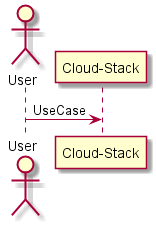
The PlantUML diagram docs/Solution/Cloud-Stack/UserInteraction.png in CAADE/fleet, before a commit. Source of this version:
```plantuml
@startuml
actor User

User -> "Cloud-Stack": UseCase

@enduml
```
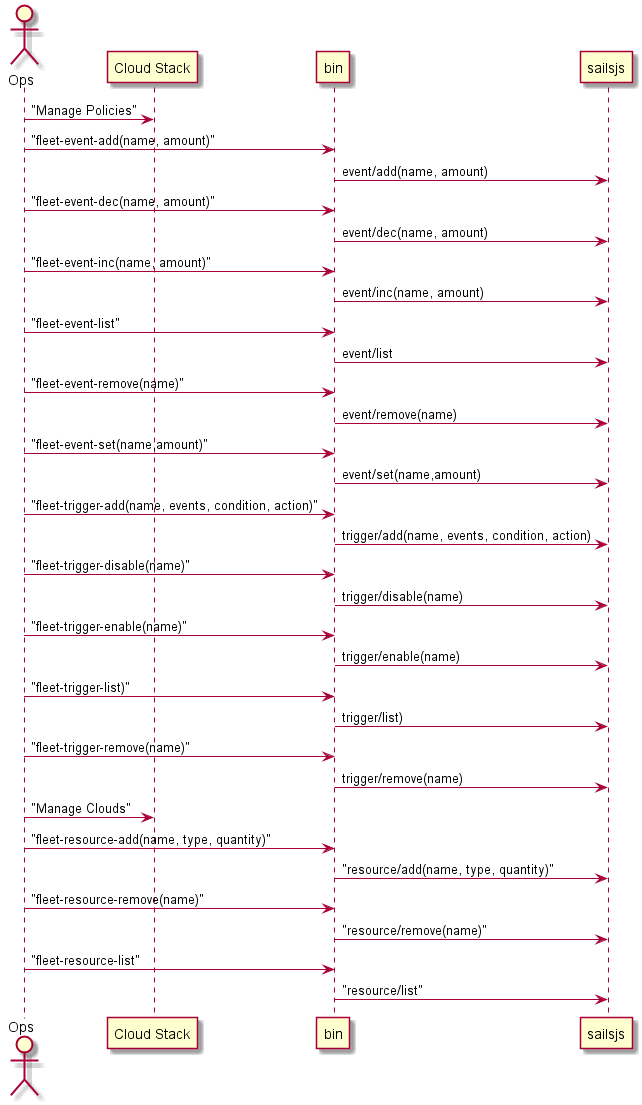
After the change.

Commit message:
Document Application Stack

The edit, as a diff of the source:
```diff
@@ -1,6 +1,37 @@
 @startuml
-actor User
+actor Ops
 
-User -> "Cloud-Stack": UseCase
+Ops -> "Cloud Stack": "Manage Policies"
+Ops -> bin: "fleet-event-add(name, amount)"
+bin -> sailsjs : event/add(name, amount)
+Ops -> bin: "fleet-event-dec(name, amount)"
+bin -> sailsjs : event/dec(name, amount)
+Ops -> bin: "fleet-event-inc(name, amount)"
+bin -> sailsjs : event/inc(name, amount)
+Ops -> bin: "fleet-event-list"
+bin -> sailsjs : event/list
+Ops -> bin: "fleet-event-remove(name)"
+bin -> sailsjs : event/remove(name)
+Ops -> bin: "fleet-event-set(name,amount)"
+bin -> sailsjs : event/set(name,amount)
+
+Ops -> bin: "fleet-trigger-add(name, events, condition, action)"
+bin -> sailsjs : trigger/add(name, events, condition, action)
+Ops -> bin: "fleet-trigger-disable(name)"
+bin -> sailsjs : trigger/disable(name)
+Ops -> bin: "fleet-trigger-enable(name)"
+bin -> sailsjs : trigger/enable(name)
+Ops -> bin: "fleet-trigger-list)"
+bin -> sailsjs : trigger/list)
+Ops -> bin: "fleet-trigger-remove(name)"
+bin -> sailsjs : trigger/remove(name)
+
+Ops -> "Cloud Stack": "Manage Clouds"
+Ops -> bin: "fleet-resource-add(name, type, quantity)"
+bin -> sailsjs: "resource/add(name, type, quantity)"
+Ops -> bin: "fleet-resource-remove(name)"
+bin -> sailsjs: "resource/remove(name)"
+Ops -> bin: "fleet-resource-list"
+bin -> sailsjs: "resource/list"
 
 @enduml
```
